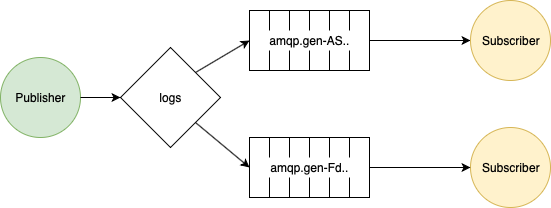
This is docs/publish_subscribe.png from ba-st/Ansible, a draw.io export, as it was before one commit. Source tidied: cells renumbered, new cells last; positions are measured from the earlier drawing's top-left corner, leaving out a move shared by most shapes.
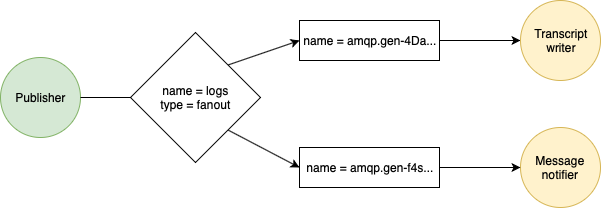
After the change.

Diff of the diagram source:
```diff
@@ -3,88 +3,39 @@
     <mxCell id="0" />
     <mxCell id="1" parent="0" />
     <mxCell id="2" value="Publisher" style="ellipse;whiteSpace=wrap;html=1;fillColor=#d5e8d4;strokeColor=#82b366;" parent="1" vertex="1">
-      <mxGeometry y="57" width="80" height="80" as="geometry" />
+      <mxGeometry x="-50" y="57" width="80" height="80" as="geometry" />
     </mxCell>
-    <mxCell id="3" value="Subscriber" style="ellipse;whiteSpace=wrap;html=1;fillColor=#fff2cc;strokeColor=#d6b656;" parent="1" vertex="1">
+    <mxCell id="3" value="Message notifier" style="ellipse;whiteSpace=wrap;html=1;fillColor=#fff2cc;strokeColor=#d6b656;" parent="1" vertex="1">
       <mxGeometry x="470" y="127" width="80" height="80" as="geometry" />
     </mxCell>
-    <mxCell id="4" style="endArrow=classic;html=1;exitX=1;exitY=0;exitDx=0;exitDy=0;entryX=0;entryY=0.5;entryDx=0;entryDy=0;" parent="1" edge="1" source="8" target="25">
+    <mxCell id="4" style="endArrow=classic;html=1;exitX=1;exitY=0;exitDx=0;exitDy=0;entryX=0;entryY=0.5;entryDx=0;entryDy=0;" parent="1" edge="1" source="30" target="31">
       <mxGeometry relative="1" as="geometry" />
     </mxCell>
-    <mxCell id="5" style="endArrow=none;html=1;exitX=0;exitY=0.5;exitDx=0;exitDy=0;entryX=1;entryY=0.5;entryDx=0;entryDy=0;startArrow=classic;startFill=1;endFill=0;" parent="1" edge="1" source="3" target="14">
+    <mxCell id="5" style="endArrow=none;html=1;exitX=0;exitY=0.5;exitDx=0;exitDy=0;entryX=1;entryY=0.5;entryDx=0;entryDy=0;startArrow=classic;startFill=1;endFill=0;" parent="1" edge="1" source="3" target="32">
       <mxGeometry relative="1" as="geometry" />
     </mxCell>
-    <mxCell id="6" style="endArrow=none;html=1;exitX=0;exitY=0.5;exitDx=0;exitDy=0;entryX=1;entryY=0.5;entryDx=0;entryDy=0;endFill=0;startArrow=classic;startFill=1;" parent="1" edge="1" source="7" target="25">
+    <mxCell id="6" style="endArrow=none;html=1;exitX=0;exitY=0.5;exitDx=0;exitDy=0;entryX=1;entryY=0.5;entryDx=0;entryDy=0;endFill=0;startArrow=classic;startFill=1;" parent="1" edge="1" source="7" target="31">
       <mxGeometry relative="1" as="geometry" />
     </mxCell>
-    <mxCell id="7" value="Subscriber" style="ellipse;whiteSpace=wrap;html=1;fillColor=#fff2cc;strokeColor=#d6b656;" parent="1" vertex="1">
+    <mxCell id="7" value="Transcript&lt;br&gt;writer" style="ellipse;whiteSpace=wrap;html=1;fillColor=#fff2cc;strokeColor=#d6b656;" parent="1" vertex="1">
       <mxGeometry x="470" width="80" height="80" as="geometry" />
     </mxCell>
-    <mxCell id="8" value="logs" style="rhombus;whiteSpace=wrap;html=1;fillColor=#FFFFFF;" parent="1" vertex="1">
-      <mxGeometry x="120" y="47" width="100" height="100" as="geometry" />
-    </mxCell>
-    <mxCell id="9" style="endArrow=classic;html=1;exitX=1;exitY=0.5;exitDx=0;exitDy=0;" parent="1" edge="1" source="2" target="8">
-      <mxGeometry relative="1" as="geometry" />
+    <mxCell id="9" style="endArrow=classic;html=1;exitX=1;exitY=0.5;exitDx=0;exitDy=0;" parent="1" edge="1" source="2">
+      <mxGeometry relative="1" as="geometry">
+        <mxPoint x="120" y="97" as="targetPoint" />
+      </mxGeometry>
     </mxCell>
-    <mxCell id="10" style="group;" parent="1" vertex="1">
-      <mxGeometry x="249" y="137" width="120" height="60" as="geometry" />
-    </mxCell>
-    <mxCell id="11" style="group;" parent="10" vertex="1">
-      <mxGeometry width="120" height="60" as="geometry" />
-    </mxCell>
-    <mxCell id="12" style="group;" parent="11" vertex="1">
-      <mxGeometry width="120" height="60" as="geometry" />
-    </mxCell>
-    <mxCell id="13" style="group;" parent="12" vertex="1">
-      <mxGeometry width="120" height="60" as="geometry" />
-    </mxCell>
-    <mxCell id="14" style="rounded=0;whiteSpace=wrap;html=1;gradientColor=none;" parent="13" vertex="1">
-      <mxGeometry width="120" height="60" as="geometry" />
-    </mxCell>
-    <mxCell id="15" style="rounded=0;whiteSpace=wrap;html=1;gradientColor=none;" parent="13" vertex="1">
-      <mxGeometry x="20" width="80" height="60" as="geometry" />
-    </mxCell>
-    <mxCell id="16" style="rounded=0;whiteSpace=wrap;html=1;gradientColor=none;" parent="13" vertex="1">
-      <mxGeometry x="40" width="20" height="60" as="geometry" />
-    </mxCell>
-    <mxCell id="17" style="rounded=0;whiteSpace=wrap;html=1;gradientColor=none;" parent="13" vertex="1">
-      <mxGeometry x="60" width="20" height="60" as="geometry" />
-    </mxCell>
-    <mxCell id="18" value="amqp.gen-Fd.." style="text;html=1;strokeColor=none;fillColor=#FFFFFF;align=center;verticalAlign=middle;whiteSpace=wrap;rounded=0;" parent="13" vertex="1">
-      <mxGeometry x="15" y="20" width="90" height="20" as="geometry" />
-    </mxCell>
-    <mxCell id="19" style="endArrow=classic;html=1;exitX=1;exitY=1;exitDx=0;exitDy=0;entryX=0;entryY=0.5;entryDx=0;entryDy=0;" parent="1" edge="1" source="8" target="14">
+    <mxCell id="19" style="endArrow=classic;html=1;exitX=1;exitY=1;exitDx=0;exitDy=0;entryX=0;entryY=0.5;entryDx=0;entryDy=0;" parent="1" edge="1" source="30" target="32">
       <mxGeometry relative="1" as="geometry" />
     </mxCell>
-    <mxCell id="20" style="group;" parent="1" vertex="1">
-      <mxGeometry x="249" y="10" width="120" height="60" as="geometry" />
-    </mxCell>
-    <mxCell id="21" style="group;" parent="20" vertex="1">
-      <mxGeometry width="120" height="60" as="geometry" />
-    </mxCell>
-    <mxCell id="22" style="group;" parent="21" vertex="1">
-      <mxGeometry width="120" height="60" as="geometry" />
-    </mxCell>
-    <mxCell id="23" style="group;" parent="22" vertex="1">
-      <mxGeometry width="120" height="60" as="geometry" />
-    </mxCell>
-    <mxCell id="24" style="group;" parent="23" vertex="1">
-      <mxGeometry width="120" height="60" as="geometry" />
-    </mxCell>
-    <mxCell id="25" style="rounded=0;whiteSpace=wrap;html=1;gradientColor=none;" parent="24" vertex="1">
-      <mxGeometry width="120" height="60" as="geometry" />
-    </mxCell>
-    <mxCell id="26" style="rounded=0;whiteSpace=wrap;html=1;gradientColor=none;" parent="24" vertex="1">
-      <mxGeometry x="20" width="80" height="60" as="geometry" />
-    </mxCell>
-    <mxCell id="27" style="rounded=0;whiteSpace=wrap;html=1;gradientColor=none;" parent="24" vertex="1">
-      <mxGeometry x="40" width="20" height="60" as="geometry" />
-    </mxCell>
-    <mxCell id="28" style="rounded=0;whiteSpace=wrap;html=1;gradientColor=none;" parent="24" vertex="1">
-      <mxGeometry x="60" width="20" height="60" as="geometry" />
-    </mxCell>
-    <mxCell id="29" value="amqp.gen-AS.." style="text;html=1;strokeColor=none;fillColor=#FFFFFF;align=center;verticalAlign=middle;whiteSpace=wrap;rounded=0;" parent="24" vertex="1">
-      <mxGeometry x="15" y="20" width="90" height="20" as="geometry" />
-    </mxCell>
+    <mxCell id="30" value="name = logs&lt;br&gt;type = fanout" style="rhombus;whiteSpace=wrap;html=1;fillColor=#FFFFFF;" parent="1" vertex="1">
+      <mxGeometry x="80" y="32" width="130" height="130" as="geometry" />
+    </mxCell>
+    <mxCell id="31" value="name = amqp.gen-4Da..." style="rounded=0;whiteSpace=wrap;html=1;fillColor=#FFFFFF;" parent="1" vertex="1">
+      <mxGeometry x="249" y="20" width="140" height="40" as="geometry" />
+    </mxCell>
+    <mxCell id="32" value="name = amqp.gen-f4s..." style="rounded=0;whiteSpace=wrap;html=1;fillColor=#FFFFFF;" parent="1" vertex="1">
+      <mxGeometry x="249" y="147" width="140" height="40" as="geometry" />
+    </mxCell>
   </root>
 </mxGraphModel>
```
